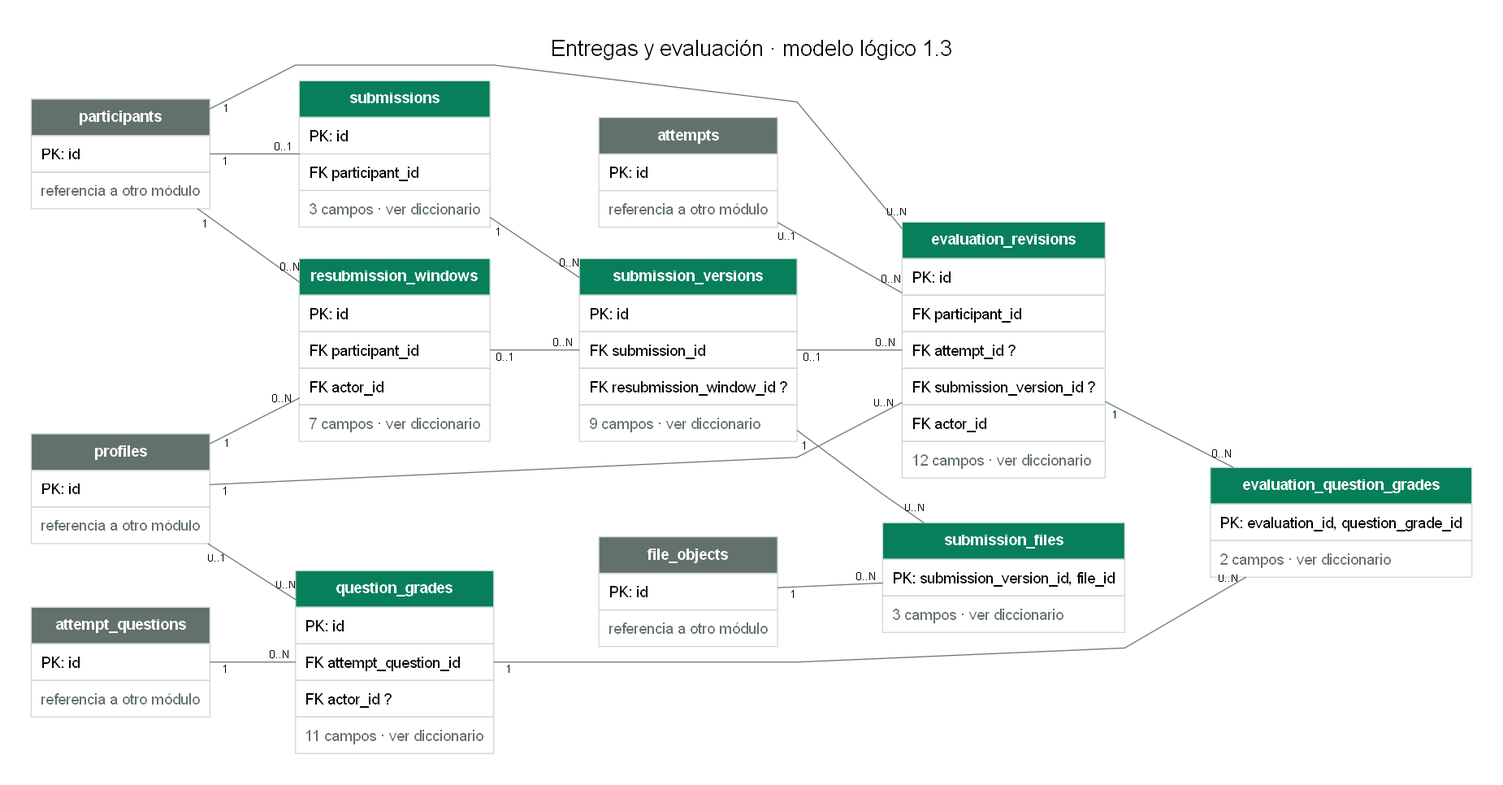
Before: docs/modelado/diagramas/05-evaluacion.png, a diagram exported from Graphviz (CubeFreaKLab/aulify). Its source is kept beside it as docs/modelado/diagramas/05-evaluacion.dot.
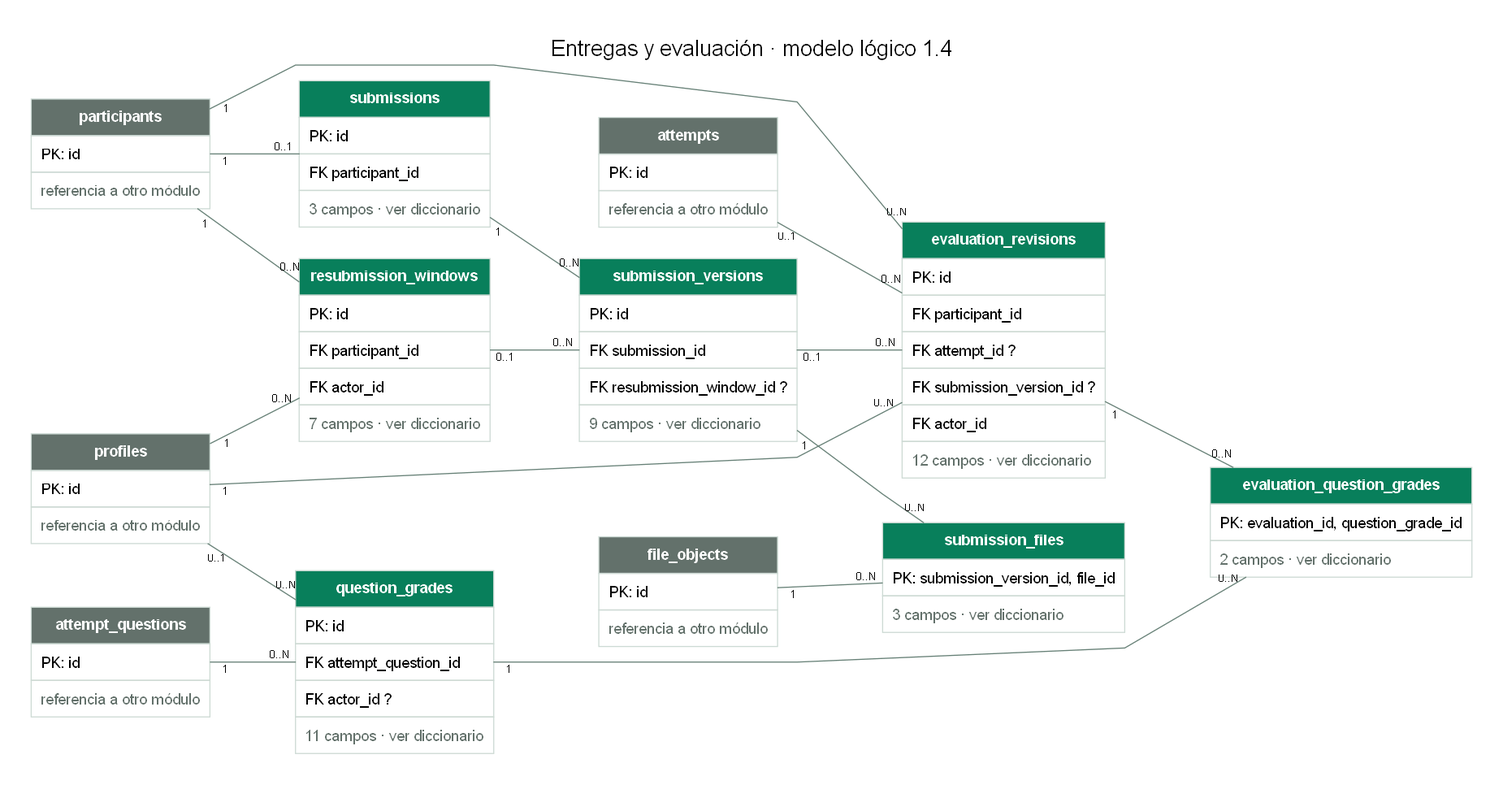
After the commit.

Change to the diagram source:
```diff
@@ -1,5 +1,5 @@
 digraph modelo {
-graph [rankdir=LR, bgcolor="#ffffff", pad=0.4, nodesep=0.4, ranksep=1.1, splines=polyline, fontname="Arial", fontsize=20, labelloc=t, label="Entregas y evaluación · modelo lógico 1.3"];
+graph [rankdir=LR, bgcolor="#ffffff", pad=0.4, nodesep=0.4, ranksep=1.1, splines=polyline, fontname="Arial", fontsize=20, labelloc=t, label="Entregas y evaluación · modelo lógico 1.4"];
 node [shape=plain, fontname="Arial"];
 edge [fontname="Arial", fontsize=10, color="#668076", arrowsize=0.6];
 "attempt_questions" [label=<<TABLE BORDER="0" CELLBORDER="1" CELLSPACING="0" CELLPADDING="8" COLOR="#CDDAD4"><TR><TD BGCOLOR="#63716B"><FONT COLOR="white"><B>attempt_questions</B></FONT></TD></TR><TR><TD ALIGN="LEFT">PK: id</TD></TR><TR><TD><FONT COLOR="#63716B">referencia a otro módulo</FONT></TD></TR></TABLE>>];
```
